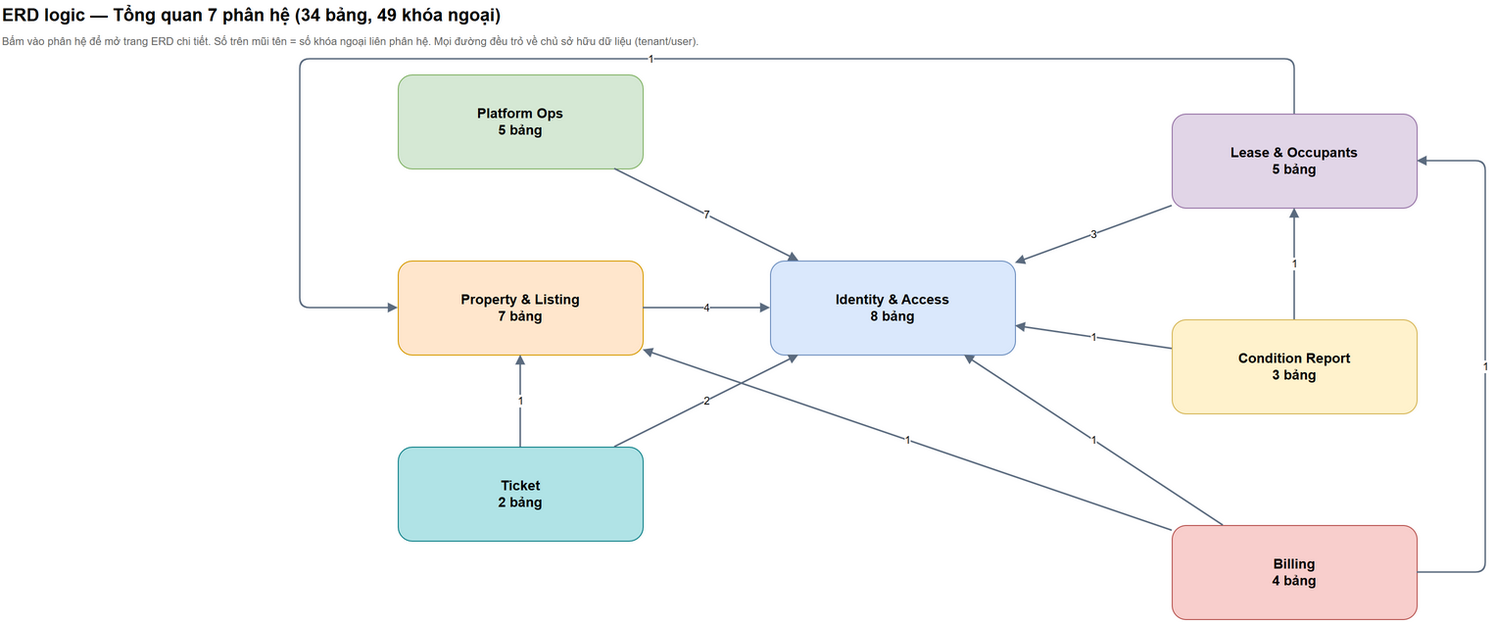
Earlier version of the draw.io export docs/Design/ERD/ERD_logical.drawio.png (HoangDanh17/Kasio-Docs). Source tidied: cells renumbered, new cells last; positions are measured from the earlier drawing's top-left corner, leaving out a move shared by most shapes. Its diagram source:
```xml
<mxGraphModel>
  <root>
    <mxCell id="0" />
    <mxCell id="1" parent="0" />
    <mxCell id="2" value="ERD logic — Tổng quan 7 phân hệ (34 bảng, 49 khóa ngoại)" style="text;html=1;align=left;verticalAlign=middle;fontSize=18;fontStyle=1;fillColor=none;strokeColor=none;" parent="1" vertex="1">
      <mxGeometry width="1400" height="30" as="geometry" />
    </mxCell>
    <mxCell id="3" value="Bấm vào phân hệ để mở trang ERD chi tiết. Số trên mũi tên = số khóa ngoại liên phân hệ. Mọi đường đều trỏ về chủ sở hữu dữ liệu (tenant/user)." style="text;html=1;align=left;verticalAlign=middle;fontSize=11;fontColor=#666666;fillColor=none;strokeColor=none;" parent="1" vertex="1">
      <mxGeometry y="32" width="1500" height="20" as="geometry" />
    </mxCell>
    <mxCell id="4" value="Identity &amp; Access&#10;8 bảng" style="rounded=1;whiteSpace=wrap;html=1;fontSize=14;fontStyle=1;fillColor=#dae8fc;strokeColor=#6c8ebf;" parent="1" vertex="1">
      <mxGeometry x="786" y="266" width="250" height="96" as="geometry" />
    </mxCell>
    <mxCell id="5" value="Platform Ops&#10;5 bảng" style="rounded=1;whiteSpace=wrap;html=1;fontSize=14;fontStyle=1;fillColor=#d5e8d4;strokeColor=#82b366;" parent="1" vertex="1">
      <mxGeometry x="406" y="76" width="250" height="96" as="geometry" />
    </mxCell>
    <mxCell id="6" value="Property &amp; Listing&#10;7 bảng" style="rounded=1;whiteSpace=wrap;html=1;fontSize=14;fontStyle=1;fillColor=#ffe6cc;strokeColor=#d79b00;" parent="1" vertex="1">
      <mxGeometry x="406" y="266" width="250" height="96" as="geometry" />
    </mxCell>
    <mxCell id="7" value="Lease &amp; Occupants&#10;5 bảng" style="rounded=1;whiteSpace=wrap;html=1;fontSize=14;fontStyle=1;fillColor=#e1d5e7;strokeColor=#9673a6;" parent="1" vertex="1">
      <mxGeometry x="1196" y="116" width="250" height="96" as="geometry" />
    </mxCell>
    <mxCell id="8" value="Condition Report&#10;3 bảng" style="rounded=1;whiteSpace=wrap;html=1;fontSize=14;fontStyle=1;fillColor=#fff2cc;strokeColor=#d6b656;" parent="1" vertex="1">
      <mxGeometry x="1196" y="326" width="250" height="96" as="geometry" />
    </mxCell>
    <mxCell id="9" value="Billing&#10;4 bảng" style="rounded=1;whiteSpace=wrap;html=1;fontSize=14;fontStyle=1;fillColor=#f8cecc;strokeColor=#b85450;" parent="1" vertex="1">
      <mxGeometry x="1196" y="536" width="250" height="96" as="geometry" />
    </mxCell>
    <mxCell id="10" value="Ticket&#10;2 bảng" style="rounded=1;whiteSpace=wrap;html=1;fontSize=14;fontStyle=1;fillColor=#b0e3e6;strokeColor=#0e8088;" parent="1" vertex="1">
      <mxGeometry x="406" y="456" width="250" height="96" as="geometry" />
    </mxCell>
    <mxCell id="11" value="1" style="edgeStyle=none;rounded=0;html=1;fontSize=11;labelBackgroundColor=#ffffff;strokeWidth=1.6;strokeColor=#5b6b7f;endArrow=block;endFill=1;" parent="1" edge="1" source="9" target="4">
      <mxGeometry relative="1" as="geometry" />
    </mxCell>
    <mxCell id="12" value="1" style="edgeStyle=orthogonalEdgeStyle;rounded=1;html=1;fontSize=11;labelBackgroundColor=#ffffff;strokeWidth=1.6;strokeColor=#5b6b7f;endArrow=block;endFill=1;" parent="1" edge="1" source="9" target="7">
      <mxGeometry relative="1" as="geometry">
        <Array as="points">
          <mxPoint x="1516" y="584" />
          <mxPoint x="1516" y="164" />
        </Array>
      </mxGeometry>
    </mxCell>
    <mxCell id="13" value="1" style="edgeStyle=none;rounded=0;html=1;fontSize=11;labelBackgroundColor=#ffffff;strokeWidth=1.6;strokeColor=#5b6b7f;endArrow=block;endFill=1;" parent="1" edge="1" source="9" target="6">
      <mxGeometry relative="1" as="geometry" />
    </mxCell>
    <mxCell id="14" value="1" style="edgeStyle=none;rounded=0;html=1;fontSize=11;labelBackgroundColor=#ffffff;strokeWidth=1.6;strokeColor=#5b6b7f;endArrow=block;endFill=1;" parent="1" edge="1" source="8" target="4">
      <mxGeometry relative="1" as="geometry" />
    </mxCell>
    <mxCell id="15" value="1" style="edgeStyle=none;rounded=0;html=1;fontSize=11;labelBackgroundColor=#ffffff;strokeWidth=1.6;strokeColor=#5b6b7f;endArrow=block;endFill=1;" parent="1" edge="1" source="8" target="7">
      <mxGeometry relative="1" as="geometry" />
    </mxCell>
    <mxCell id="16" value="3" style="edgeStyle=none;rounded=0;html=1;fontSize=11;labelBackgroundColor=#ffffff;strokeWidth=1.6;strokeColor=#5b6b7f;endArrow=block;endFill=1;" parent="1" edge="1" source="7" target="4">
      <mxGeometry relative="1" as="geometry" />
    </mxCell>
    <mxCell id="17" value="7" style="edgeStyle=none;rounded=0;html=1;fontSize=11;labelBackgroundColor=#ffffff;strokeWidth=1.6;strokeColor=#5b6b7f;endArrow=block;endFill=1;" parent="1" edge="1" source="5" target="4">
      <mxGeometry relative="1" as="geometry" />
    </mxCell>
    <mxCell id="18" value="4" style="edgeStyle=none;rounded=0;html=1;fontSize=11;labelBackgroundColor=#ffffff;strokeWidth=1.6;strokeColor=#5b6b7f;endArrow=block;endFill=1;" parent="1" edge="1" source="6" target="4">
      <mxGeometry relative="1" as="geometry" />
    </mxCell>
    <mxCell id="19" value="2" style="edgeStyle=none;rounded=0;html=1;fontSize=11;labelBackgroundColor=#ffffff;strokeWidth=1.6;strokeColor=#5b6b7f;endArrow=block;endFill=1;" parent="1" edge="1" source="10" target="4">
      <mxGeometry relative="1" as="geometry" />
    </mxCell>
    <mxCell id="20" value="1" style="edgeStyle=orthogonalEdgeStyle;rounded=1;html=1;fontSize=11;labelBackgroundColor=#ffffff;strokeWidth=1.6;strokeColor=#5b6b7f;endArrow=block;endFill=1;" parent="1" edge="1" source="7" target="6">
      <mxGeometry relative="1" as="geometry">
        <Array as="points">
          <mxPoint x="1321" y="60" />
          <mxPoint x="306" y="60" />
        </Array>
      </mxGeometry>
    </mxCell>
    <mxCell id="21" value="1" style="edgeStyle=none;rounded=0;html=1;fontSize=11;labelBackgroundColor=#ffffff;strokeWidth=1.6;strokeColor=#5b6b7f;endArrow=block;endFill=1;" parent="1" edge="1" source="10" target="6">
      <mxGeometry relative="1" as="geometry" />
    </mxCell>
  </root>
</mxGraphModel>
```
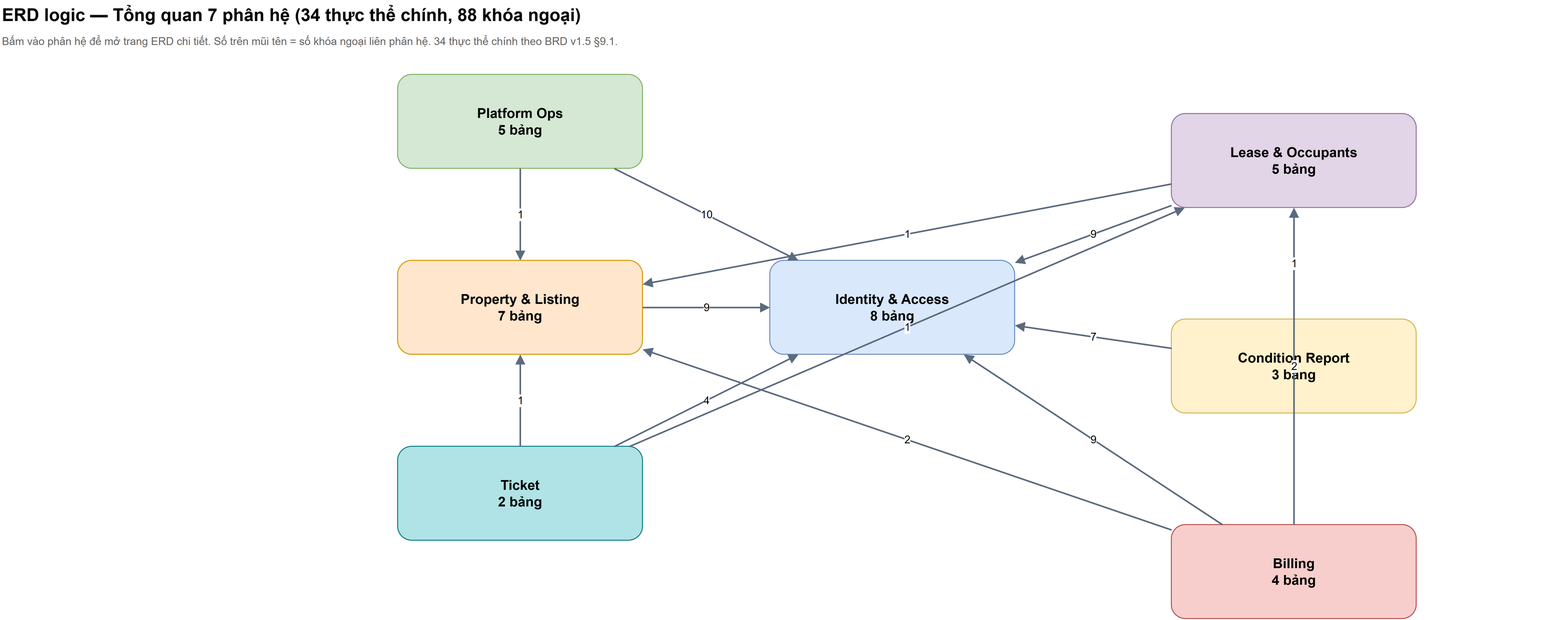
The same file after the commit.

What changed in the source:
```diff
@@ -2,18 +2,18 @@
   <root>
     <mxCell id="0" />
     <mxCell id="1" parent="0" />
-    <mxCell id="2" value="ERD logic — Tổng quan 7 phân hệ (34 bảng, 49 khóa ngoại)" style="text;html=1;align=left;verticalAlign=middle;fontSize=18;fontStyle=1;fillColor=none;strokeColor=none;" parent="1" vertex="1">
-      <mxGeometry width="1400" height="30" as="geometry" />
+    <mxCell id="2" value="ERD logic — Tổng quan 7 phân hệ (34 thực thể chính, 88 khóa ngoại)" style="text;html=1;align=left;verticalAlign=middle;fontSize=18;fontStyle=1;fillColor=none;strokeColor=none;" parent="1" vertex="1">
+      <mxGeometry width="1500" height="30" as="geometry" />
     </mxCell>
-    <mxCell id="3" value="Bấm vào phân hệ để mở trang ERD chi tiết. Số trên mũi tên = số khóa ngoại liên phân hệ. Mọi đường đều trỏ về chủ sở hữu dữ liệu (tenant/user)." style="text;html=1;align=left;verticalAlign=middle;fontSize=11;fontColor=#666666;fillColor=none;strokeColor=none;" parent="1" vertex="1">
-      <mxGeometry y="32" width="1500" height="20" as="geometry" />
+    <mxCell id="3" value="Bấm vào phân hệ để mở trang ERD chi tiết. Số trên mũi tên = số khóa ngoại liên phân hệ. 34 thực thể chính theo BRD v1.5 §9.1." style="text;html=1;align=left;verticalAlign=middle;fontSize=11;fontColor=#666666;fillColor=none;strokeColor=none;" parent="1" vertex="1">
+      <mxGeometry y="32" width="1600" height="20" as="geometry" />
     </mxCell>
+    <mxCell id="5" value="Platform Ops&#10;5 bảng" style="rounded=1;whiteSpace=wrap;html=1;fontSize=14;fontStyle=1;fillColor=#d5e8d4;strokeColor=#82b366;" parent="1" vertex="1">
+      <mxGeometry x="406" y="76" width="250" height="96" as="geometry" />
+    </mxCell>
     <mxCell id="4" value="Identity &amp; Access&#10;8 bảng" style="rounded=1;whiteSpace=wrap;html=1;fontSize=14;fontStyle=1;fillColor=#dae8fc;strokeColor=#6c8ebf;" parent="1" vertex="1">
       <mxGeometry x="786" y="266" width="250" height="96" as="geometry" />
     </mxCell>
-    <mxCell id="5" value="Platform Ops&#10;5 bảng" style="rounded=1;whiteSpace=wrap;html=1;fontSize=14;fontStyle=1;fillColor=#d5e8d4;strokeColor=#82b366;" parent="1" vertex="1">
-      <mxGeometry x="406" y="76" width="250" height="96" as="geometry" />
-    </mxCell>
     <mxCell id="6" value="Property &amp; Listing&#10;7 bảng" style="rounded=1;whiteSpace=wrap;html=1;fontSize=14;fontStyle=1;fillColor=#ffe6cc;strokeColor=#d79b00;" parent="1" vertex="1">
       <mxGeometry x="406" y="266" width="250" height="96" as="geometry" />
     </mxCell>
@@ -29,46 +29,42 @@
     <mxCell id="10" value="Ticket&#10;2 bảng" style="rounded=1;whiteSpace=wrap;html=1;fontSize=14;fontStyle=1;fillColor=#b0e3e6;strokeColor=#0e8088;" parent="1" vertex="1">
       <mxGeometry x="406" y="456" width="250" height="96" as="geometry" />
     </mxCell>
-    <mxCell id="11" value="1" style="edgeStyle=none;rounded=0;html=1;fontSize=11;labelBackgroundColor=#ffffff;strokeWidth=1.6;strokeColor=#5b6b7f;endArrow=block;endFill=1;" parent="1" edge="1" source="9" target="4">
+    <mxCell id="11" value="9" style="edgeStyle=none;rounded=0;html=1;fontSize=11;labelBackgroundColor=#ffffff;strokeWidth=1.6;strokeColor=#5b6b7f;endArrow=block;endFill=1;" parent="1" edge="1" source="9" target="4">
       <mxGeometry relative="1" as="geometry" />
     </mxCell>
-    <mxCell id="12" value="1" style="edgeStyle=orthogonalEdgeStyle;rounded=1;html=1;fontSize=11;labelBackgroundColor=#ffffff;strokeWidth=1.6;strokeColor=#5b6b7f;endArrow=block;endFill=1;" parent="1" edge="1" source="9" target="7">
-      <mxGeometry relative="1" as="geometry">
-        <Array as="points">
-          <mxPoint x="1516" y="584" />
-          <mxPoint x="1516" y="164" />
-        </Array>
-      </mxGeometry>
+    <mxCell id="12" value="2" style="edgeStyle=none;rounded=0;html=1;fontSize=11;labelBackgroundColor=#ffffff;strokeWidth=1.6;strokeColor=#5b6b7f;endArrow=block;endFill=1;" parent="1" edge="1" source="9" target="7">
+      <mxGeometry relative="1" as="geometry" />
     </mxCell>
-    <mxCell id="13" value="1" style="edgeStyle=none;rounded=0;html=1;fontSize=11;labelBackgroundColor=#ffffff;strokeWidth=1.6;strokeColor=#5b6b7f;endArrow=block;endFill=1;" parent="1" edge="1" source="9" target="6">
+    <mxCell id="13" value="2" style="edgeStyle=none;rounded=0;html=1;fontSize=11;labelBackgroundColor=#ffffff;strokeWidth=1.6;strokeColor=#5b6b7f;endArrow=block;endFill=1;" parent="1" edge="1" source="9" target="6">
       <mxGeometry relative="1" as="geometry" />
     </mxCell>
-    <mxCell id="14" value="1" style="edgeStyle=none;rounded=0;html=1;fontSize=11;labelBackgroundColor=#ffffff;strokeWidth=1.6;strokeColor=#5b6b7f;endArrow=block;endFill=1;" parent="1" edge="1" source="8" target="4">
-      <mxGeometry relative="1" as="geometry" />
-    </mxCell>
+    <mxCell id="17" value="7" style="edgeStyle=none;rounded=0;html=1;fontSize=11;labelBackgroundColor=#ffffff;strokeWidth=1.6;strokeColor=#5b6b7f;endArrow=block;endFill=1;" parent="1" edge="1" source="8" target="4">
+      <mxGeometry relative="1" as="geometry" />
+    </mxCell>
     <mxCell id="15" value="1" style="edgeStyle=none;rounded=0;html=1;fontSize=11;labelBackgroundColor=#ffffff;strokeWidth=1.6;strokeColor=#5b6b7f;endArrow=block;endFill=1;" parent="1" edge="1" source="8" target="7">
       <mxGeometry relative="1" as="geometry" />
     </mxCell>
-    <mxCell id="16" value="3" style="edgeStyle=none;rounded=0;html=1;fontSize=11;labelBackgroundColor=#ffffff;strokeWidth=1.6;strokeColor=#5b6b7f;endArrow=block;endFill=1;" parent="1" edge="1" source="7" target="4">
+    <mxCell id="16" value="9" style="edgeStyle=none;rounded=0;html=1;fontSize=11;labelBackgroundColor=#ffffff;strokeWidth=1.6;strokeColor=#5b6b7f;endArrow=block;endFill=1;" parent="1" edge="1" source="7" target="4">
       <mxGeometry relative="1" as="geometry" />
     </mxCell>
-    <mxCell id="17" value="7" style="edgeStyle=none;rounded=0;html=1;fontSize=11;labelBackgroundColor=#ffffff;strokeWidth=1.6;strokeColor=#5b6b7f;endArrow=block;endFill=1;" parent="1" edge="1" source="5" target="4">
-      <mxGeometry relative="1" as="geometry" />
-    </mxCell>
+    <mxCell id="22" value="10" style="edgeStyle=none;rounded=0;html=1;fontSize=11;labelBackgroundColor=#ffffff;strokeWidth=1.6;strokeColor=#5b6b7f;endArrow=block;endFill=1;" parent="1" edge="1" source="5" target="4">
+      <mxGeometry relative="1" as="geometry" />
+    </mxCell>
+    <mxCell id="23" value="9" style="edgeStyle=none;rounded=0;html=1;fontSize=11;labelBackgroundColor=#ffffff;strokeWidth=1.6;strokeColor=#5b6b7f;endArrow=block;endFill=1;" parent="1" edge="1" source="6" target="4">
+      <mxGeometry relative="1" as="geometry" />
+    </mxCell>
-    <mxCell id="18" value="4" style="edgeStyle=none;rounded=0;html=1;fontSize=11;labelBackgroundColor=#ffffff;strokeWidth=1.6;strokeColor=#5b6b7f;endArrow=block;endFill=1;" parent="1" edge="1" source="6" target="4">
+    <mxCell id="18" value="4" style="edgeStyle=none;rounded=0;html=1;fontSize=11;labelBackgroundColor=#ffffff;strokeWidth=1.6;strokeColor=#5b6b7f;endArrow=block;endFill=1;" parent="1" edge="1" source="10" target="4">
       <mxGeometry relative="1" as="geometry" />
     </mxCell>
-    <mxCell id="19" value="2" style="edgeStyle=none;rounded=0;html=1;fontSize=11;labelBackgroundColor=#ffffff;strokeWidth=1.6;strokeColor=#5b6b7f;endArrow=block;endFill=1;" parent="1" edge="1" source="10" target="4">
-      <mxGeometry relative="1" as="geometry" />
-    </mxCell>
-    <mxCell id="20" value="1" style="edgeStyle=orthogonalEdgeStyle;rounded=1;html=1;fontSize=11;labelBackgroundColor=#ffffff;strokeWidth=1.6;strokeColor=#5b6b7f;endArrow=block;endFill=1;" parent="1" edge="1" source="7" target="6">
-      <mxGeometry relative="1" as="geometry">
-        <Array as="points">
-          <mxPoint x="1321" y="60" />
-          <mxPoint x="306" y="60" />
-        </Array>
-      </mxGeometry>
+    <mxCell id="20" value="1" style="edgeStyle=none;rounded=0;html=1;fontSize=11;labelBackgroundColor=#ffffff;strokeWidth=1.6;strokeColor=#5b6b7f;endArrow=block;endFill=1;" parent="1" edge="1" source="7" target="6">
+      <mxGeometry relative="1" as="geometry" />
     </mxCell>
+    <mxCell id="24" value="1" style="edgeStyle=none;rounded=0;html=1;fontSize=11;labelBackgroundColor=#ffffff;strokeWidth=1.6;strokeColor=#5b6b7f;endArrow=block;endFill=1;" parent="1" edge="1" source="10" target="7">
+      <mxGeometry relative="1" as="geometry" />
+    </mxCell>
+    <mxCell id="25" value="1" style="edgeStyle=none;rounded=0;html=1;fontSize=11;labelBackgroundColor=#ffffff;strokeWidth=1.6;strokeColor=#5b6b7f;endArrow=block;endFill=1;" parent="1" edge="1" source="5" target="6">
+      <mxGeometry relative="1" as="geometry" />
+    </mxCell>
     <mxCell id="21" value="1" style="edgeStyle=none;rounded=0;html=1;fontSize=11;labelBackgroundColor=#ffffff;strokeWidth=1.6;strokeColor=#5b6b7f;endArrow=block;endFill=1;" parent="1" edge="1" source="10" target="6">
       <mxGeometry relative="1" as="geometry" />
     </mxCell>
```
